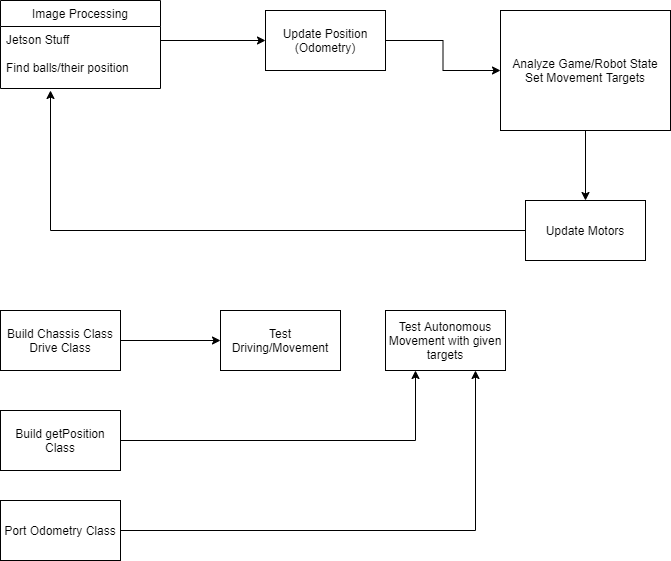
Above: VEX AI Flowchart.png in LordofMankid/VEX-AI-Code-8568X (draw.io), before the change. Source tidied: cells renumbered, new cells last; positions are measured from the earlier drawing's top-left corner, leaving out a move shared by most shapes.
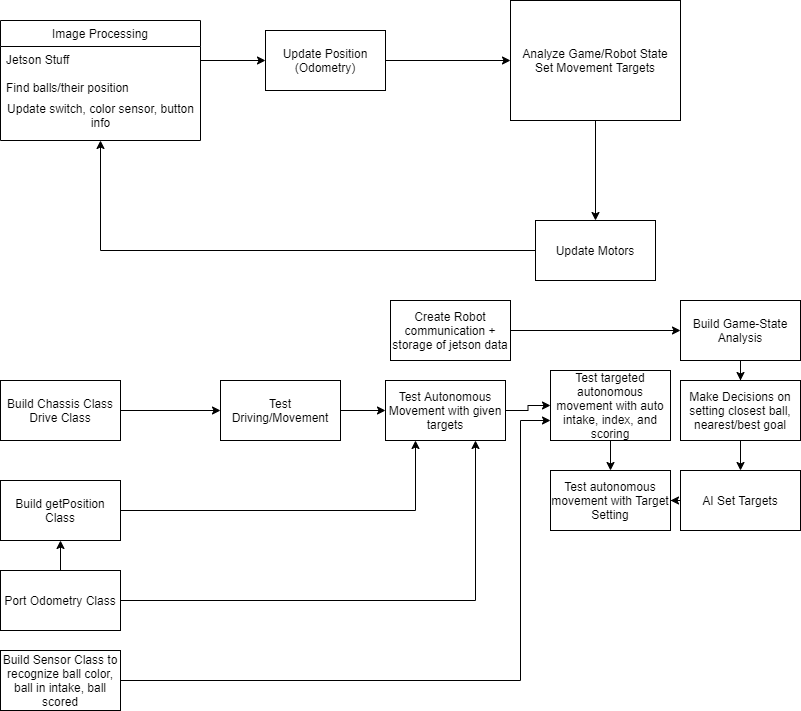
Later version of the same file.

Change to the diagram source:
```diff
@@ -3,36 +3,37 @@
     <mxCell id="0" />
     <mxCell id="1" parent="0" />
     <mxCell id="2" value="Image Processing" style="swimlane;fontStyle=0;align=center;verticalAlign=top;horizontal=1;startSize=26;rounded=0;shadow=0;strokeWidth=1;" parent="1" vertex="1">
-      <mxGeometry width="160" height="88" as="geometry" />
+      <mxGeometry y="-50" width="200" height="120" as="geometry" />
     </mxCell>
     <mxCell id="3" value="Jetson Stuff" style="text;align=left;verticalAlign=top;spacingLeft=4;spacingRight=4;overflow=hidden;points=[[0,0.5],[1,0.5]];portConstraint=eastwest;rounded=0;shadow=0;html=0;" parent="2" vertex="1">
-      <mxGeometry y="26" width="160" height="28" as="geometry" />
+      <mxGeometry y="26" width="200" height="28" as="geometry" />
     </mxCell>
     <mxCell id="4" value="Find balls/their position" style="text;align=left;verticalAlign=top;spacingLeft=4;spacingRight=4;overflow=hidden;rounded=0;shadow=0;html=0;" parent="2" vertex="1">
-      <mxGeometry y="54" width="160" height="26" as="geometry" />
+      <mxGeometry y="54" width="200" height="26" as="geometry" />
     </mxCell>
+    <mxCell id="20" value="Update switch, color&amp;nbsp;sensor, button&lt;br&gt;info" style="text;html=1;align=center;verticalAlign=middle;" parent="2" vertex="1">
+      <mxGeometry y="80" width="200" height="30" as="geometry" />
+    </mxCell>
     <mxCell id="5" style="edgeStyle=orthogonalEdgeStyle;rounded=0;jettySize=auto;html=1;entryX=0;entryY=0.5;entryDx=0;entryDy=0;" parent="1" edge="1" source="6" target="8">
       <mxGeometry relative="1" as="geometry" />
     </mxCell>
     <mxCell id="6" value="Update Position (Odometry)" style="rounded=0;whiteSpace=wrap;html=1;" parent="1" vertex="1">
-      <mxGeometry x="265" y="10" width="120" height="60" as="geometry" />
+      <mxGeometry x="265" y="-40" width="120" height="60" as="geometry" />
     </mxCell>
     <mxCell id="7" style="edgeStyle=orthogonalEdgeStyle;rounded=0;jettySize=auto;html=1;entryX=0.5;entryY=0;entryDx=0;entryDy=0;" parent="1" edge="1" source="8" target="11">
       <mxGeometry relative="1" as="geometry" />
     </mxCell>
     <mxCell id="8" value="Analyze Game/Robot State&lt;br&gt;Set Movement Targets" style="rounded=0;whiteSpace=wrap;html=1;" parent="1" vertex="1">
-      <mxGeometry x="500" y="10" width="170" height="120" as="geometry" />
+      <mxGeometry x="510" y="-70" width="170" height="120" as="geometry" />
     </mxCell>
     <mxCell id="9" style="edgeStyle=orthogonalEdgeStyle;rounded=0;jettySize=auto;html=1;" parent="1" edge="1" source="3" target="6">
       <mxGeometry relative="1" as="geometry" />
     </mxCell>
-    <mxCell id="10" style="edgeStyle=orthogonalEdgeStyle;rounded=0;jettySize=auto;html=1;exitX=0;exitY=0.5;exitDx=0;exitDy=0;" parent="1" edge="1" source="11">
-      <mxGeometry relative="1" as="geometry">
-        <mxPoint x="50" y="90" as="targetPoint" />
-      </mxGeometry>
+    <mxCell id="10" style="edgeStyle=orthogonalEdgeStyle;rounded=0;jettySize=auto;html=1;exitX=0;exitY=0.5;exitDx=0;exitDy=0;entryX=0.5;entryY=1;entryDx=0;entryDy=0;" parent="1" edge="1" source="11" target="2">
+      <mxGeometry relative="1" as="geometry" />
     </mxCell>
     <mxCell id="11" value="Update Motors" style="rounded=0;whiteSpace=wrap;html=1;" parent="1" vertex="1">
-      <mxGeometry x="525" y="200" width="120" height="60" as="geometry" />
+      <mxGeometry x="535" y="150" width="120" height="60" as="geometry" />
     </mxCell>
     <mxCell id="12" style="edgeStyle=orthogonalEdgeStyle;rounded=0;jettySize=auto;html=1;" parent="1" edge="1" source="13">
       <mxGeometry relative="1" as="geometry">
@@ -42,6 +43,9 @@
     <mxCell id="13" value="Build Chassis Class&lt;br&gt;Drive Class" style="rounded=0;whiteSpace=wrap;html=1;" parent="1" vertex="1">
       <mxGeometry y="310" width="120" height="60" as="geometry" />
     </mxCell>
+    <mxCell id="21" style="edgeStyle=orthogonalEdgeStyle;rounded=0;jettySize=auto;html=1;entryX=0;entryY=0.5;entryDx=0;entryDy=0;" parent="1" edge="1" source="14" target="19">
+      <mxGeometry relative="1" as="geometry" />
+    </mxCell>
     <mxCell id="14" value="Test Driving/Movement" style="rounded=0;whiteSpace=wrap;html=1;" parent="1" vertex="1">
       <mxGeometry x="220" y="310" width="120" height="60" as="geometry" />
     </mxCell>
@@ -54,11 +58,61 @@
     <mxCell id="17" style="edgeStyle=orthogonalEdgeStyle;rounded=0;jettySize=auto;html=1;entryX=0.75;entryY=1;entryDx=0;entryDy=0;" parent="1" edge="1" source="18" target="19">
       <mxGeometry relative="1" as="geometry" />
     </mxCell>
+    <mxCell id="22" style="edgeStyle=orthogonalEdgeStyle;rounded=0;jettySize=auto;html=1;exitX=0.5;exitY=0;exitDx=0;exitDy=0;" parent="1" edge="1" source="18" target="16">
+      <mxGeometry relative="1" as="geometry" />
+    </mxCell>
     <mxCell id="18" value="Port Odometry Class" style="rounded=0;whiteSpace=wrap;html=1;" parent="1" vertex="1">
       <mxGeometry y="500" width="120" height="60" as="geometry" />
     </mxCell>
+    <mxCell id="23" style="edgeStyle=orthogonalEdgeStyle;rounded=0;jettySize=auto;html=1;" parent="1" edge="1" source="19" target="27">
+      <mxGeometry relative="1" as="geometry" />
+    </mxCell>
     <mxCell id="19" value="Test Autonomous Movement with given targets" style="rounded=0;whiteSpace=wrap;html=1;" parent="1" vertex="1">
       <mxGeometry x="385" y="310" width="120" height="60" as="geometry" />
     </mxCell>
+    <mxCell id="24" style="edgeStyle=orthogonalEdgeStyle;rounded=0;jettySize=auto;html=1;" parent="1" edge="1" source="25" target="27">
+      <mxGeometry relative="1" as="geometry">
+        <Array as="points">
+          <mxPoint x="520" y="610" />
+          <mxPoint x="520" y="350" />
+        </Array>
+      </mxGeometry>
+    </mxCell>
+    <mxCell id="25" value="Build Sensor Class to recognize ball color, ball in intake, ball scored" style="rounded=0;whiteSpace=wrap;html=1;" parent="1" vertex="1">
+      <mxGeometry y="580" width="120" height="60" as="geometry" />
+    </mxCell>
+    <mxCell id="26" style="edgeStyle=orthogonalEdgeStyle;rounded=0;jettySize=auto;html=1;" parent="1" edge="1" source="27" target="34">
+      <mxGeometry relative="1" as="geometry" />
+    </mxCell>
+    <mxCell id="27" value="Test targeted autonomous movement with auto intake, index, and scoring" style="rounded=0;whiteSpace=wrap;html=1;" parent="1" vertex="1">
+      <mxGeometry x="550" y="300" width="120" height="70" as="geometry" />
+    </mxCell>
+    <mxCell id="28" style="edgeStyle=orthogonalEdgeStyle;rounded=0;jettySize=auto;html=1;" parent="1" edge="1" source="29" target="33">
+      <mxGeometry relative="1" as="geometry" />
+    </mxCell>
+    <mxCell id="29" value="Make Decisions on setting closest ball, nearest/best goal" style="rounded=0;whiteSpace=wrap;html=1;" parent="1" vertex="1">
+      <mxGeometry x="680" y="310" width="120" height="60" as="geometry" />
+    </mxCell>
+    <mxCell id="30" style="edgeStyle=orthogonalEdgeStyle;rounded=0;jettySize=auto;html=1;" parent="1" edge="1" source="31" target="29">
+      <mxGeometry relative="1" as="geometry" />
+    </mxCell>
+    <mxCell id="31" value="Build Game-State Analysis" style="rounded=0;whiteSpace=wrap;html=1;" parent="1" vertex="1">
+      <mxGeometry x="680" y="230" width="120" height="60" as="geometry" />
+    </mxCell>
+    <mxCell id="32" style="edgeStyle=orthogonalEdgeStyle;rounded=0;jettySize=auto;html=1;entryX=1;entryY=0.5;entryDx=0;entryDy=0;" parent="1" edge="1" source="33" target="34">
+      <mxGeometry relative="1" as="geometry" />
+    </mxCell>
+    <mxCell id="33" value="AI Set Targets" style="rounded=0;whiteSpace=wrap;html=1;" parent="1" vertex="1">
+      <mxGeometry x="680" y="400" width="120" height="60" as="geometry" />
+    </mxCell>
+    <mxCell id="34" value="Test autonomous movement with Target Setting" style="rounded=0;whiteSpace=wrap;html=1;" parent="1" vertex="1">
+      <mxGeometry x="550" y="400" width="120" height="60" as="geometry" />
+    </mxCell>
+    <mxCell id="35" style="edgeStyle=orthogonalEdgeStyle;rounded=0;jettySize=auto;html=1;entryX=0;entryY=0.5;entryDx=0;entryDy=0;" parent="1" edge="1" source="36" target="31">
+      <mxGeometry relative="1" as="geometry" />
+    </mxCell>
+    <mxCell id="36" value="Create Robot communication + storage of jetson data" style="rounded=0;whiteSpace=wrap;html=1;" parent="1" vertex="1">
+      <mxGeometry x="390" y="230" width="120" height="60" as="geometry" />
+    </mxCell>
   </root>
 </mxGraphModel>
```
